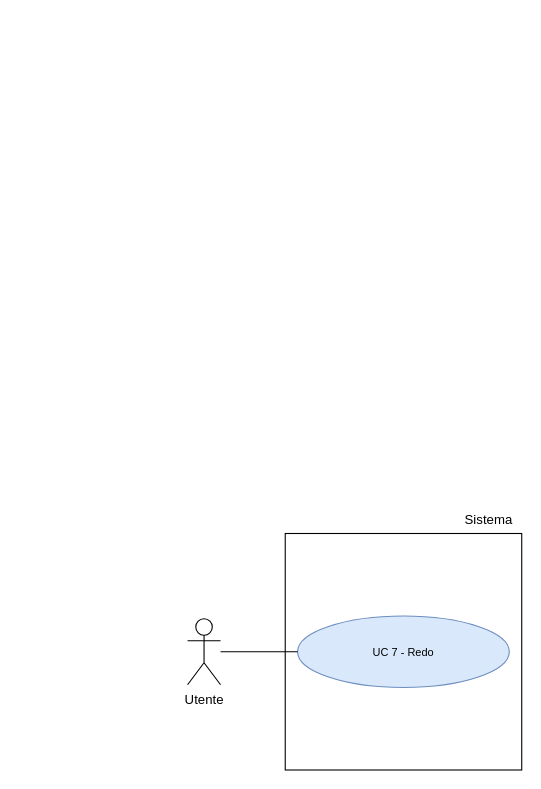
This is RTB/doc_esterna/analisi-dei-requisiti/assets/draw.io/UC7.drawio from thebitless-group-swe/thebitless.github.io, a draw.io file, before an edit. Source tidied: cells renumbered, new cells numbered last; positions are measured from the earlier drawing's top-left corner, leaving out a move shared by most shapes. Both pictures are drawn from the tidied source at 110%, with x=0, y=0 at pixel (187, 503).
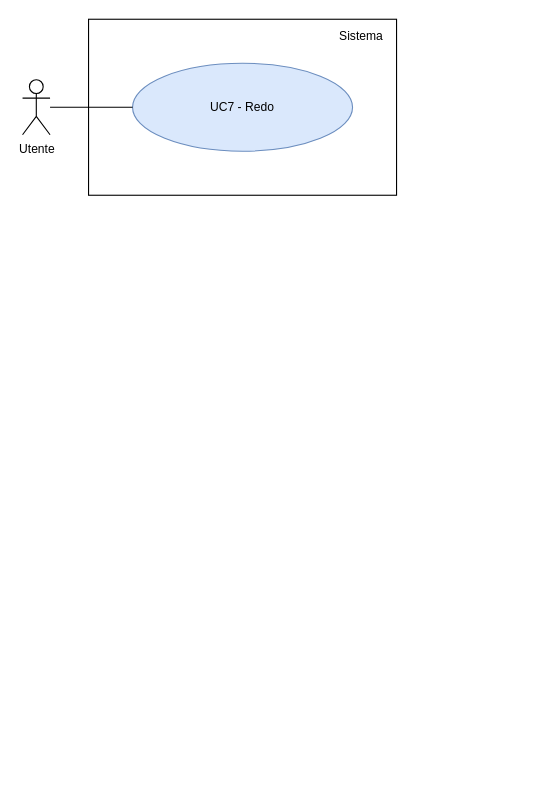
Above is the later version.

Change to the diagram source:
```diff
@@
 <mxGraphModel>
   <root>
     <mxCell id="0" />
     <mxCell id="1" parent="0" />
-    <mxCell id="2" value="Utente" style="shape=umlActor;verticalLabelPosition=bottom;verticalAlign=top;html=1;outlineConnect=0;" parent="1" vertex="1">
-      <mxGeometry y="105" width="30" height="60" as="geometry" />
+    <mxCell id="2" value="Utente" style="shape=umlActor;verticalLabelPosition=bottom;verticalAlign=top;html=1;outlineConnect=0;fontSize=11;" parent="1" vertex="1">
+      <mxGeometry x="-150" y="-385" width="25" height="50" as="geometry" />
     </mxCell>
-    <mxCell id="3" style="whiteSpace=wrap;html=1;" parent="1" vertex="1">
-      <mxGeometry x="88.8" y="27.5" width="215" height="215" as="geometry" />
-    </mxCell>
+    <mxCell id="7" style="rounded=0;whiteSpace=wrap;html=1;strokeWidth=1;" parent="1" vertex="1">
+      <mxGeometry x="-90" y="-440" width="280" height="160" as="geometry" />
+    </mxCell>
-    <mxCell id="4" value="Sistema" style="text;html=1;whiteSpace=wrap;strokeColor=none;fillColor=none;align=center;verticalAlign=middle;rounded=0;" parent="1" vertex="1">
-      <mxGeometry x="243.8" width="60" height="30" as="geometry" />
+    <mxCell id="4" value="Sistema" style="text;html=1;whiteSpace=wrap;strokeColor=none;fillColor=none;align=right;verticalAlign=middle;fontSize=11;" parent="1" vertex="1">
+      <mxGeometry x="110" y="-435" width="70" height="20" as="geometry" />
     </mxCell>
-    <mxCell id="5" value="UC 7 - Redo" style="ellipse;whiteSpace=wrap;html=1;fillColor=#dae8fc;strokeColor=#6c8ebf;fontSize=10;" parent="1" vertex="1">
-      <mxGeometry x="100" y="102.5" width="192.5" height="65" as="geometry" />
-    </mxCell>
-    <mxCell id="6" style="edgeStyle=none;rounded=0;jettySize=auto;html=1;endArrow=none;endFill=0;" parent="1" edge="1" source="2" target="5">
-      <mxGeometry relative="1" as="geometry" />
-    </mxCell>
+    <mxCell id="8" value="UC7 - Redo" style="ellipse;whiteSpace=wrap;html=1;fillColor=#dae8fc;strokeColor=#6c8ebf;fontSize=11;" parent="1" vertex="1">
+      <mxGeometry x="-50" y="-400" width="200" height="80" as="geometry" />
+    </mxCell>
+    <mxCell id="9" style="edgeStyle=none;rounded=0;jettySize=auto;html=1;endArrow=none;endFill=0;" parent="1" edge="1" source="2" target="8">
+      <mxGeometry relative="1" as="geometry" />
+    </mxCell>
   </root>
 </mxGraphModel>
```
